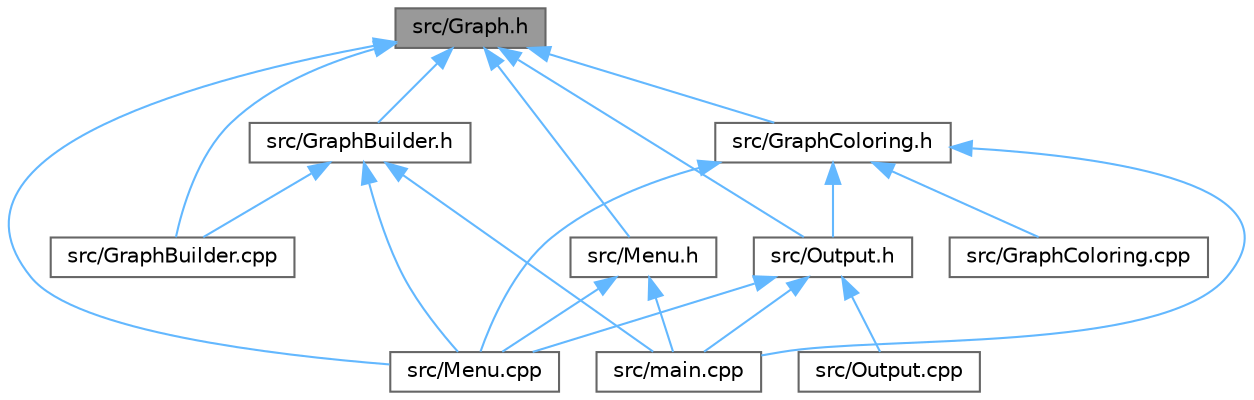
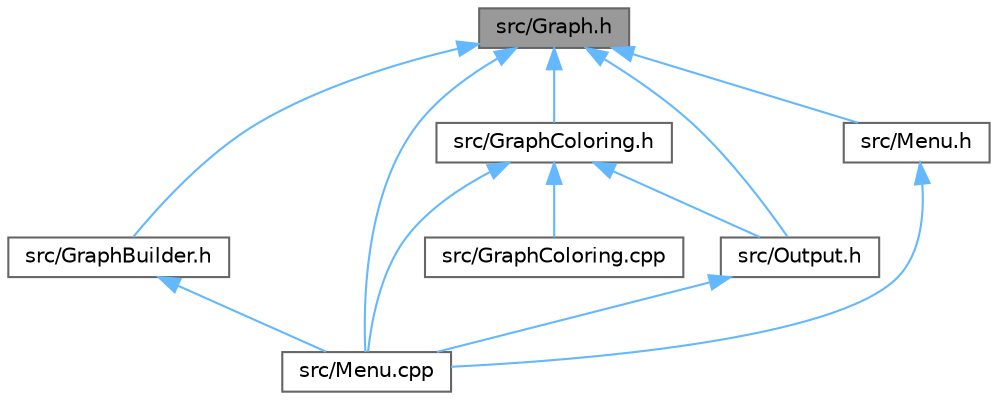
digraph "src/Graph.h"
{
 // LATEX_PDF_SIZE
  bgcolor="transparent";
  edge [fontname=Helvetica,fontsize=10,labelfontname=Helvetica,labelfontsize=10];
  node [fontname=Helvetica,fontsize=10,shape=box,height=0.2,width=0.4];
  Node1 [id="Node000001",label="src/Graph.h",height=0.2,width=0.4,color="gray40", fillcolor="grey60", style="filled", fontcolor="black",tooltip="Declaration and implementation of the graph data structure, including the Vertex and Edge classes and..."];
  Node1 -> Node2 [id="edge1_Node000001_Node000002",dir="back",color="steelblue1",style="solid",tooltip=" "];
-   Node2 [id="Node000002",label="src/GraphBuilder.cpp",height=0.2,width=0.4,color="grey40", fillcolor="white", style="filled",URL="$GraphBuilder_8cpp.html",tooltip=" "];
-   Node1 -> Node3 [id="edge2_Node000001_Node000003",dir="back",color="steelblue1",style="solid",tooltip=" "];
-   Node3 [id="Node000003",label="src/GraphBuilder.h",height=0.2,width=0.4,color="grey40", fillcolor="white", style="filled",URL="$GraphBuilder_8h.html",tooltip=" "];
-   Node3 -> Node2 [id="edge3_Node000003_Node000002",dir="back",color="steelblue1",style="solid",tooltip=" "];
-   Node3 -> Node4 [id="edge4_Node000003_Node000004",dir="back",color="steelblue1",style="solid",tooltip=" "];
-   Node4 [id="Node000004",label="src/Menu.cpp",height=0.2,width=0.4,color="grey40", fillcolor="white", style="filled",URL="$Menu_8cpp.html",tooltip="Implementation of the menu system."];
-   Node3 -> Node5 [id="edge5_Node000003_Node000005",dir="back",color="steelblue1",style="solid",tooltip=" "];
-   Node5 [id="Node000005",label="src/main.cpp",height=0.2,width=0.4,color="grey40", fillcolor="white", style="filled",URL="$main_8cpp.html",tooltip=" "];
-   Node1 -> Node6 [id="edge6_Node000001_Node000006",dir="back",color="steelblue1",style="solid",tooltip=" "];
-   Node6 [id="Node000006",label="src/GraphColoring.h",height=0.2,width=0.4,color="grey40", fillcolor="white", style="filled",URL="$GraphColoring_8h.html",tooltip=" "];
-   Node6 -> Node7 [id="edge7_Node000006_Node000007",dir="back",color="steelblue1",style="solid",tooltip=" "];
-   Node7 [id="Node000007",label="src/GraphColoring.cpp",height=0.2,width=0.4,color="grey40", fillcolor="white", style="filled",URL="$GraphColoring_8cpp.html",tooltip="Graph coloring algorithms for register allocation."];
-   Node6 -> Node4 [id="edge8_Node000006_Node000004",dir="back",color="steelblue1",style="solid",tooltip=" "];
-   Node6 -> Node8 [id="edge9_Node000006_Node000008",dir="back",color="steelblue1",style="solid",tooltip=" "];
-   Node8 [id="Node000008",label="src/Output.h",height=0.2,width=0.4,color="grey40", fillcolor="white", style="filled",URL="$Output_8h.html",tooltip=" "];
-   Node8 -> Node4 [id="edge10_Node000008_Node000004",dir="back",color="steelblue1",style="solid",tooltip=" "];
-   Node8 -> Node9 [id="edge11_Node000008_Node000009",dir="back",color="steelblue1",style="solid",tooltip=" "];
-   Node9 [id="Node000009",label="src/Output.cpp",height=0.2,width=0.4,color="grey40", fillcolor="white", style="filled",URL="$Output_8cpp.html",tooltip=" "];
-   Node8 -> Node5 [id="edge12_Node000008_Node000005",dir="back",color="steelblue1",style="solid",tooltip=" "];
-   Node6 -> Node5 [id="edge13_Node000006_Node000005",dir="back",color="steelblue1",style="solid",tooltip=" "];
-   Node1 -> Node4 [id="edge14_Node000001_Node000004",dir="back",color="steelblue1",style="solid",tooltip=" "];
-   Node1 -> Node10 [id="edge15_Node000001_Node000010",dir="back",color="steelblue1",style="solid",tooltip=" "];
-   Node10 [id="Node000010",label="src/Menu.h",height=0.2,width=0.4,color="grey40", fillcolor="white", style="filled",URL="$Menu_8h.html",tooltip=" "];
-   Node10 -> Node4 [id="edge16_Node000010_Node000004",dir="back",color="steelblue1",style="solid",tooltip=" "];
-   Node10 -> Node5 [id="edge17_Node000010_Node000005",dir="back",color="steelblue1",style="solid",tooltip=" "];
-   Node1 -> Node8 [id="edge18_Node000001_Node000008",dir="back",color="steelblue1",style="solid",tooltip=" "];
+   Node2 [id="Node000002",label="src/GraphBuilder.h",height=0.2,width=0.4,color="grey40", fillcolor="white", style="filled",URL="$GraphBuilder_8h_source.html",tooltip=" "];
+   Node2 -> Node3 [id="edge2_Node000002_Node000003",dir="back",color="steelblue1",style="solid",tooltip=" "];
+   Node3 [id="Node000003",label="src/Menu.cpp",height=0.2,width=0.4,color="grey40", fillcolor="white", style="filled",URL="$Menu_8cpp.html",tooltip="Implementation of the menu system."];
+   Node1 -> Node4 [id="edge3_Node000001_Node000004",dir="back",color="steelblue1",style="solid",tooltip=" "];
+   Node4 [id="Node000004",label="src/GraphColoring.h",height=0.2,width=0.4,color="grey40", fillcolor="white", style="filled",URL="$GraphColoring_8h_source.html",tooltip=" "];
+   Node4 -> Node5 [id="edge4_Node000004_Node000005",dir="back",color="steelblue1",style="solid",tooltip=" "];
+   Node5 [id="Node000005",label="src/GraphColoring.cpp",height=0.2,width=0.4,color="grey40", fillcolor="white", style="filled",URL="$GraphColoring_8cpp.html",tooltip="Graph coloring algorithms for register allocation."];
+   Node4 -> Node3 [id="edge5_Node000004_Node000003",dir="back",color="steelblue1",style="solid",tooltip=" "];
+   Node4 -> Node6 [id="edge6_Node000004_Node000006",dir="back",color="steelblue1",style="solid",tooltip=" "];
+   Node6 [id="Node000006",label="src/Output.h",height=0.2,width=0.4,color="grey40", fillcolor="white", style="filled",URL="$Output_8h_source.html",tooltip=" "];
+   Node6 -> Node3 [id="edge7_Node000006_Node000003",dir="back",color="steelblue1",style="solid",tooltip=" "];
+   Node1 -> Node3 [id="edge8_Node000001_Node000003",dir="back",color="steelblue1",style="solid",tooltip=" "];
+   Node1 -> Node7 [id="edge9_Node000001_Node000007",dir="back",color="steelblue1",style="solid",tooltip=" "];
+   Node7 [id="Node000007",label="src/Menu.h",height=0.2,width=0.4,color="grey40", fillcolor="white", style="filled",URL="$Menu_8h_source.html",tooltip=" "];
+   Node7 -> Node3 [id="edge10_Node000007_Node000003",dir="back",color="steelblue1",style="solid",tooltip=" "];
+   Node1 -> Node6 [id="edge11_Node000001_Node000006",dir="back",color="steelblue1",style="solid",tooltip=" "];
}
